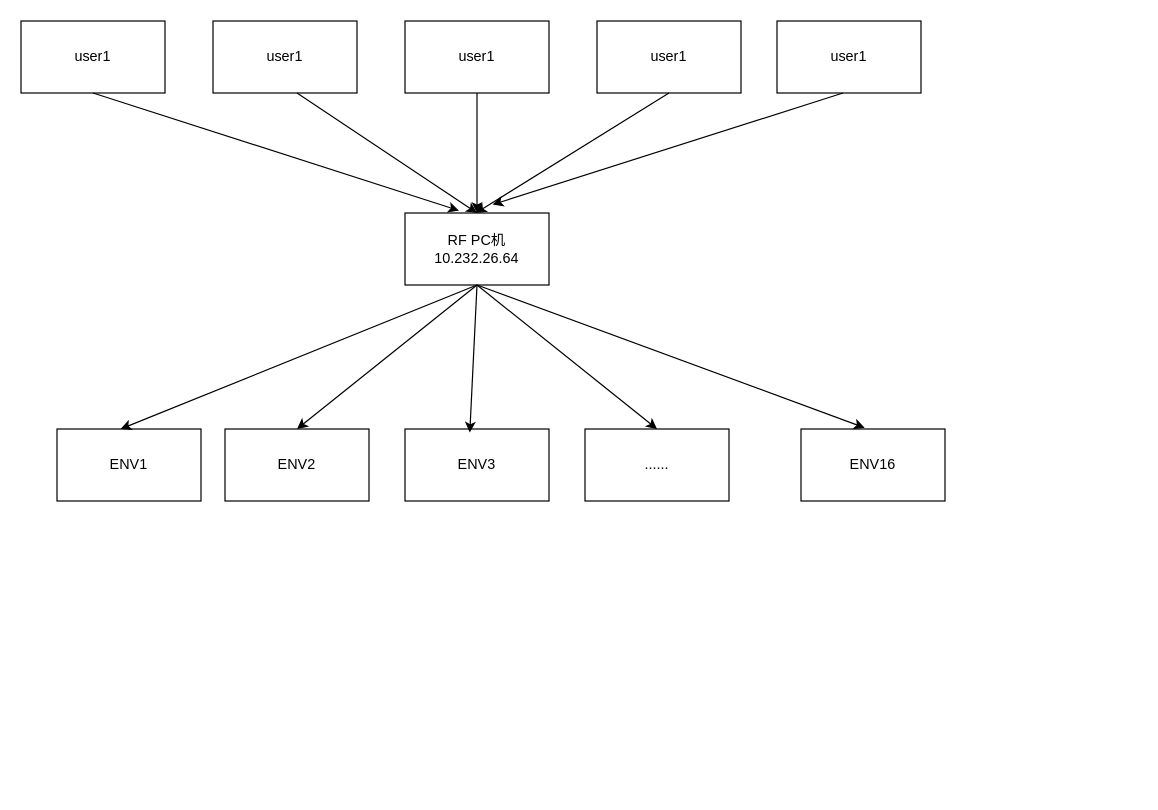
The draw.io diagram 自动化群体环境管理图.drawio in ghr12345/bianyiqi, before the edit. Source tidied: cells renumbered, new cells numbered last; positions are measured from the earlier drawing's top-left corner, leaving out a move shared by most shapes. Both pictures are drawn from the tidied source at 120%, with x=0, y=0 at pixel (20, 20).
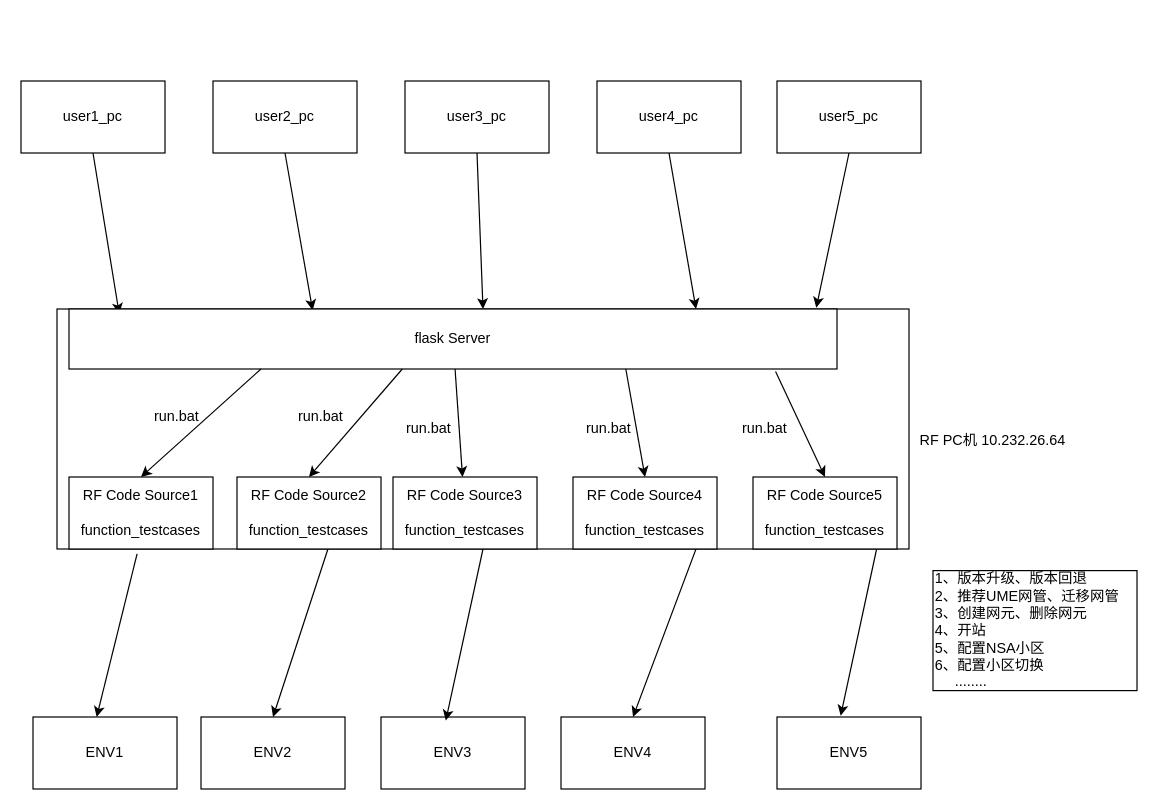
The same page after the edit.

Commit message:
Update 自动化群体环境管理图.drawio

Change to the diagram source:
```diff
@@
-    <mxCell id="2" value="RF PC机 10.232.26.64" style="rounded=0;whiteSpace=wrap;html=1;" parent="1" vertex="1">
-      <mxGeometry x="320" y="160" width="120" height="60" as="geometry" />
+    <mxCell id="2" style="rounded=0;whiteSpace=wrap;html=1;" parent="1" vertex="1">
+      <mxGeometry x="30" y="240" width="710" height="200" as="geometry" />
     </mxCell>
-    <mxCell id="3" value="user1" style="rounded=0;whiteSpace=wrap;html=1;" parent="1" vertex="1">
-      <mxGeometry x="320" width="120" height="60" as="geometry" />
+    <mxCell id="3" value="user3_pc" style="rounded=0;whiteSpace=wrap;html=1;" parent="1" vertex="1">
+      <mxGeometry x="320" y="50" width="120" height="60" as="geometry" />
     </mxCell>
     <mxCell id="4" value="ENV1" style="rounded=0;whiteSpace=wrap;html=1;" parent="1" vertex="1">
-      <mxGeometry x="30" y="340" width="120" height="60" as="geometry" />
+      <mxGeometry x="10" y="580" width="120" height="60" as="geometry" />
     </mxCell>
     <mxCell id="5" value="ENV2" style="rounded=0;whiteSpace=wrap;html=1;" parent="1" vertex="1">
-      <mxGeometry x="170" y="340" width="120" height="60" as="geometry" />
+      <mxGeometry x="150" y="580" width="120" height="60" as="geometry" />
     </mxCell>
     <mxCell id="6" value="ENV3" style="rounded=0;whiteSpace=wrap;html=1;" parent="1" vertex="1">
-      <mxGeometry x="320" y="340" width="120" height="60" as="geometry" />
+      <mxGeometry x="300" y="580" width="120" height="60" as="geometry" />
     </mxCell>
-    <mxCell id="7" value="......" style="rounded=0;whiteSpace=wrap;html=1;" parent="1" vertex="1">
-      <mxGeometry x="470" y="340" width="120" height="60" as="geometry" />
+    <mxCell id="7" value="ENV4" style="rounded=0;whiteSpace=wrap;html=1;" parent="1" vertex="1">
+      <mxGeometry x="450" y="580" width="120" height="60" as="geometry" />
     </mxCell>
-    <mxCell id="8" value="ENV16" style="rounded=0;whiteSpace=wrap;html=1;" parent="1" vertex="1">
-      <mxGeometry x="650" y="340" width="120" height="60" as="geometry" />
+    <mxCell id="8" value="ENV5" style="rounded=0;whiteSpace=wrap;html=1;" parent="1" vertex="1">
+      <mxGeometry x="630" y="580" width="120" height="60" as="geometry" />
     </mxCell>
-    <mxCell id="9" value="user1" style="rounded=0;whiteSpace=wrap;html=1;" parent="1" vertex="1">
-      <mxGeometry x="160" width="120" height="60" as="geometry" />
+    <mxCell id="9" value="user2_pc" style="rounded=0;whiteSpace=wrap;html=1;" parent="1" vertex="1">
+      <mxGeometry x="160" y="50" width="120" height="60" as="geometry" />
     </mxCell>
-    <mxCell id="10" value="user1" style="rounded=0;whiteSpace=wrap;html=1;" parent="1" vertex="1">
-      <mxGeometry x="480" width="120" height="60" as="geometry" />
+    <mxCell id="10" value="user4_pc" style="rounded=0;whiteSpace=wrap;html=1;" parent="1" vertex="1">
+      <mxGeometry x="480" y="50" width="120" height="60" as="geometry" />
     </mxCell>
-    <mxCell id="11" value="user1" style="rounded=0;whiteSpace=wrap;html=1;" parent="1" vertex="1">
-      <mxGeometry x="630" width="120" height="60" as="geometry" />
+    <mxCell id="11" value="user5_pc" style="rounded=0;whiteSpace=wrap;html=1;" parent="1" vertex="1">
+      <mxGeometry x="630" y="50" width="120" height="60" as="geometry" />
     </mxCell>
-    <mxCell id="12" value="user1" style="rounded=0;whiteSpace=wrap;html=1;" parent="1" vertex="1">
-      <mxGeometry width="120" height="60" as="geometry" />
+    <mxCell id="12" value="user1_pc" style="rounded=0;whiteSpace=wrap;html=1;" parent="1" vertex="1">
+      <mxGeometry y="50" width="120" height="60" as="geometry" />
     </mxCell>
-    <mxCell id="13" style="endArrow=classic;html=1;entryX=0.375;entryY=-0.033;entryDx=0;entryDy=0;entryPerimeter=0;" parent="1" edge="1" target="2">
-      <mxGeometry relative="1" as="geometry">
-        <mxPoint x="60" y="60" as="sourcePoint" />
-      </mxGeometry>
+    <mxCell id="13" style="endArrow=classic;html=1;entryX=0.073;entryY=0.02;entryDx=0;entryDy=0;entryPerimeter=0;exitX=0.5;exitY=1;exitDx=0;exitDy=0;" parent="1" edge="1" source="12" target="2">
+      <mxGeometry relative="1" as="geometry" />
     </mxCell>
-    <mxCell id="14" style="endArrow=classic;html=1;entryX=0.5;entryY=0;entryDx=0;entryDy=0;" parent="1" edge="1" target="2">
-      <mxGeometry relative="1" as="geometry">
-        <mxPoint x="230" y="60" as="sourcePoint" />
-      </mxGeometry>
+    <mxCell id="14" style="endArrow=classic;html=1;entryX=0.3;entryY=0.005;entryDx=0;entryDy=0;entryPerimeter=0;exitX=0.5;exitY=1;exitDx=0;exitDy=0;" parent="1" edge="1" source="9" target="2">
+      <mxGeometry relative="1" as="geometry" />
     </mxCell>
-    <mxCell id="15" style="endArrow=classic;html=1;entryX=0.5;entryY=0;entryDx=0;entryDy=0;" parent="1" edge="1" target="2">
-      <mxGeometry relative="1" as="geometry">
-        <mxPoint x="380" y="60" as="sourcePoint" />
-      </mxGeometry>
+    <mxCell id="15" style="endArrow=classic;html=1;entryX=0.5;entryY=0;entryDx=0;entryDy=0;exitX=0.5;exitY=1;exitDx=0;exitDy=0;" parent="1" edge="1" source="3" target="2">
+      <mxGeometry relative="1" as="geometry" />
     </mxCell>
-    <mxCell id="16" style="endArrow=classic;html=1;exitX=0.5;exitY=1;exitDx=0;exitDy=0;exitPerimeter=0;" parent="1" edge="1" source="10">
-      <mxGeometry relative="1" as="geometry">
-        <mxPoint x="379" y="160" as="targetPoint" />
-      </mxGeometry>
+    <mxCell id="16" style="endArrow=classic;html=1;exitX=0.5;exitY=1;exitDx=0;exitDy=0;exitPerimeter=0;entryX=0.75;entryY=0;entryDx=0;entryDy=0;" parent="1" edge="1" source="10" target="2">
+      <mxGeometry relative="1" as="geometry" />
     </mxCell>
-    <mxCell id="17" style="endArrow=classic;html=1;entryX=0.608;entryY=-0.117;entryDx=0;entryDy=0;entryPerimeter=0;" parent="1" edge="1" target="2">
-      <mxGeometry relative="1" as="geometry">
-        <mxPoint x="685" y="60" as="sourcePoint" />
-      </mxGeometry>
+    <mxCell id="17" style="endArrow=classic;html=1;entryX=0.973;entryY=-0.02;entryDx=0;entryDy=0;entryPerimeter=0;exitX=0.5;exitY=1;exitDx=0;exitDy=0;" parent="1" edge="1" source="11" target="24">
+      <mxGeometry relative="1" as="geometry" />
     </mxCell>
-    <mxCell id="18" style="endArrow=classic;html=1;entryX=0.442;entryY=0;entryDx=0;entryDy=0;entryPerimeter=0;" parent="1" edge="1" target="4">
-      <mxGeometry relative="1" as="geometry">
-        <mxPoint x="380" y="220" as="sourcePoint" />
-      </mxGeometry>
+    <mxCell id="18" style="endArrow=classic;html=1;entryX=0.442;entryY=0;entryDx=0;entryDy=0;entryPerimeter=0;exitX=0.094;exitY=1.02;exitDx=0;exitDy=0;exitPerimeter=0;" parent="1" edge="1" source="2" target="4">
+      <mxGeometry relative="1" as="geometry" />
     </mxCell>
-    <mxCell id="19" style="endArrow=classic;html=1;entryX=0.5;entryY=0;entryDx=0;entryDy=0;" parent="1" edge="1" target="5">
-      <mxGeometry relative="1" as="geometry">
-        <mxPoint x="380" y="220" as="sourcePoint" />
-      </mxGeometry>
+    <mxCell id="19" style="endArrow=classic;html=1;entryX=0.5;entryY=0;entryDx=0;entryDy=0;exitX=0.318;exitY=1;exitDx=0;exitDy=0;exitPerimeter=0;" parent="1" edge="1" source="2" target="5">
+      <mxGeometry relative="1" as="geometry" />
     </mxCell>
-    <mxCell id="20" style="endArrow=classic;html=1;entryX=0.45;entryY=0.05;entryDx=0;entryDy=0;entryPerimeter=0;" parent="1" edge="1" target="6">
-      <mxGeometry relative="1" as="geometry">
-        <mxPoint x="380" y="220" as="sourcePoint" />
-      </mxGeometry>
+    <mxCell id="20" style="endArrow=classic;html=1;entryX=0.45;entryY=0.05;entryDx=0;entryDy=0;entryPerimeter=0;exitX=0.5;exitY=1;exitDx=0;exitDy=0;" parent="1" edge="1" source="2" target="6">
+      <mxGeometry relative="1" as="geometry" />
     </mxCell>
-    <mxCell id="21" style="endArrow=classic;html=1;entryX=0.5;entryY=0;entryDx=0;entryDy=0;" parent="1" edge="1" target="7">
-      <mxGeometry relative="1" as="geometry">
-        <mxPoint x="380" y="220" as="sourcePoint" />
-      </mxGeometry>
+    <mxCell id="21" style="endArrow=classic;html=1;entryX=0.5;entryY=0;entryDx=0;entryDy=0;exitX=0.75;exitY=1;exitDx=0;exitDy=0;" parent="1" edge="1" source="2" target="7">
+      <mxGeometry relative="1" as="geometry" />
     </mxCell>
-    <mxCell id="22" style="endArrow=classic;html=1;exitX=0.5;exitY=1;exitDx=0;exitDy=0;entryX=0.442;entryY=-0.017;entryDx=0;entryDy=0;entryPerimeter=0;" parent="1" edge="1" source="2" target="8">
+    <mxCell id="22" style="endArrow=classic;html=1;exitX=0.962;exitY=1;exitDx=0;exitDy=0;entryX=0.442;entryY=-0.017;entryDx=0;entryDy=0;entryPerimeter=0;exitPerimeter=0;" parent="1" edge="1" source="2" target="8">
       <mxGeometry relative="1" as="geometry" />
     </mxCell>
+    <mxCell id="23" value="RF PC机 10.232.26.64" style="text;html=1;strokeColor=none;fillColor=none;align=center;verticalAlign=middle;whiteSpace=wrap;rounded=0;" parent="1" vertex="1">
+      <mxGeometry x="720" y="340" width="180" height="20" as="geometry" />
+    </mxCell>
+    <mxCell id="24" value="flask Server" style="rounded=0;whiteSpace=wrap;html=1;" parent="1" vertex="1">
+      <mxGeometry x="40" y="240" width="640" height="50" as="geometry" />
+    </mxCell>
+    <mxCell id="25" value="RF Code Source1&lt;br&gt;&lt;br&gt;function_testcases" style="rounded=0;whiteSpace=wrap;html=1;" parent="1" vertex="1">
+      <mxGeometry x="40" y="380" width="120" height="60" as="geometry" />
+    </mxCell>
+    <mxCell id="26" value="RF Code Source2&lt;br&gt;&lt;br&gt;function_testcases" style="rounded=0;whiteSpace=wrap;html=1;" parent="1" vertex="1">
+      <mxGeometry x="180" y="380" width="120" height="60" as="geometry" />
+    </mxCell>
+    <mxCell id="27" value="RF Code Source3&lt;br&gt;&lt;br&gt;function_testcases" style="rounded=0;whiteSpace=wrap;html=1;" parent="1" vertex="1">
+      <mxGeometry x="310" y="380" width="120" height="60" as="geometry" />
+    </mxCell>
+    <mxCell id="28" value="RF Code Source4&lt;br&gt;&lt;br&gt;function_testcases" style="rounded=0;whiteSpace=wrap;html=1;" parent="1" vertex="1">
+      <mxGeometry x="460" y="380" width="120" height="60" as="geometry" />
+    </mxCell>
+    <mxCell id="29" value="RF Code Source5&lt;br&gt;&lt;br&gt;function_testcases" style="rounded=0;whiteSpace=wrap;html=1;" parent="1" vertex="1">
+      <mxGeometry x="610" y="380" width="120" height="60" as="geometry" />
+    </mxCell>
+    <mxCell id="30" style="endArrow=classic;html=1;entryX=0.5;entryY=0;entryDx=0;entryDy=0;exitX=0.25;exitY=1;exitDx=0;exitDy=0;" parent="1" edge="1" source="24" target="25">
+      <mxGeometry relative="1" as="geometry" />
+    </mxCell>
+    <mxCell id="31" style="endArrow=classic;html=1;entryX=0.5;entryY=0;entryDx=0;entryDy=0;exitX=0.434;exitY=1;exitDx=0;exitDy=0;exitPerimeter=0;" parent="1" edge="1" source="24" target="26">
+      <mxGeometry relative="1" as="geometry" />
+    </mxCell>
+    <mxCell id="32" style="endArrow=classic;html=1;" parent="1" edge="1" source="24" target="27">
+      <mxGeometry relative="1" as="geometry" />
+    </mxCell>
+    <mxCell id="33" style="endArrow=classic;html=1;entryX=0.5;entryY=0;entryDx=0;entryDy=0;exitX=0.725;exitY=1;exitDx=0;exitDy=0;exitPerimeter=0;" parent="1" edge="1" source="24" target="28">
+      <mxGeometry relative="1" as="geometry" />
+    </mxCell>
+    <mxCell id="34" style="endArrow=classic;html=1;entryX=0.5;entryY=0;entryDx=0;entryDy=0;exitX=0.92;exitY=1.04;exitDx=0;exitDy=0;exitPerimeter=0;" parent="1" edge="1" source="24" target="29">
+      <mxGeometry relative="1" as="geometry" />
+    </mxCell>
+    <mxCell id="35" value="1、版本升级、版本回退&lt;br&gt;2、推荐UME网管、迁移网管&lt;br&gt;3、创建网元、删除网元&lt;br&gt;4、开站&lt;br&gt;5、配置NSA小区&lt;br&gt;6、配置小区切换&lt;br&gt;&amp;nbsp; &amp;nbsp; &amp;nbsp;........" style="rounded=0;whiteSpace=wrap;html=1;align=left;" parent="1" vertex="1">
+      <mxGeometry x="760" y="458" width="170" height="100" as="geometry" />
+    </mxCell>
+    <mxCell id="36" value="run.bat" style="text;html=1;strokeColor=none;fillColor=none;align=center;verticalAlign=middle;whiteSpace=wrap;rounded=0;" parent="1" vertex="1">
+      <mxGeometry x="110" y="320" width="40" height="20" as="geometry" />
+    </mxCell>
+    <mxCell id="37" value="run.bat" style="text;html=1;strokeColor=none;fillColor=none;align=center;verticalAlign=middle;whiteSpace=wrap;rounded=0;" parent="1" vertex="1">
+      <mxGeometry x="230" y="320" width="40" height="20" as="geometry" />
+    </mxCell>
+    <mxCell id="38" value="run.bat" style="text;html=1;strokeColor=none;fillColor=none;align=center;verticalAlign=middle;whiteSpace=wrap;rounded=0;" parent="1" vertex="1">
+      <mxGeometry x="320" y="330" width="40" height="20" as="geometry" />
+    </mxCell>
+    <mxCell id="39" value="run.bat" style="text;html=1;strokeColor=none;fillColor=none;align=center;verticalAlign=middle;whiteSpace=wrap;rounded=0;" parent="1" vertex="1">
+      <mxGeometry x="470" y="330" width="40" height="20" as="geometry" />
+    </mxCell>
+    <mxCell id="40" value="run.bat" style="text;html=1;strokeColor=none;fillColor=none;align=center;verticalAlign=middle;whiteSpace=wrap;rounded=0;" parent="1" vertex="1">
+      <mxGeometry x="600" y="330" width="40" height="20" as="geometry" />
+    </mxCell>
```
